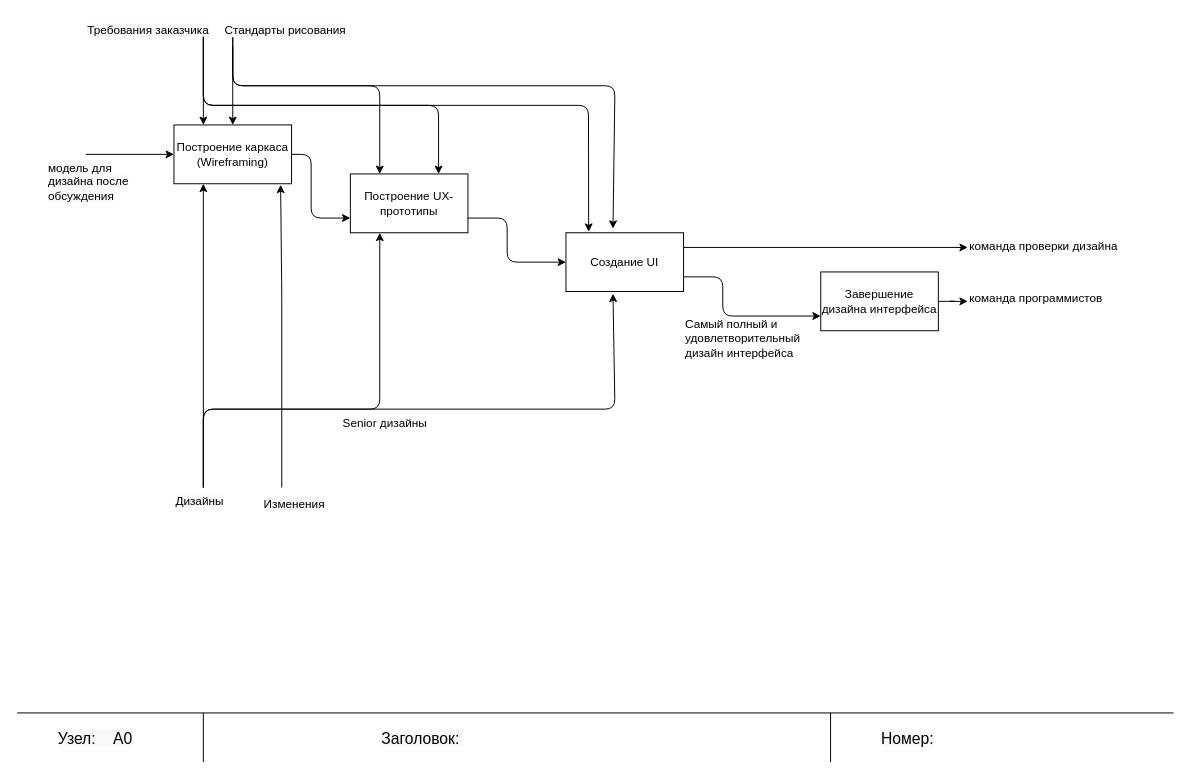
The draw.io diagram page "A2" (4 of 8) of Biểu đồ không có tiêu đề.drawio in quyettranvu/Lab1_IDEF, before the edit. Source tidied: cells renumbered, new cells numbered last; positions are measured from the earlier drawing's top-left corner, leaving out a move shared by most shapes. Both pictures are drawn from the tidied source at 98%, with x=0, y=0 at pixel (17, 17).
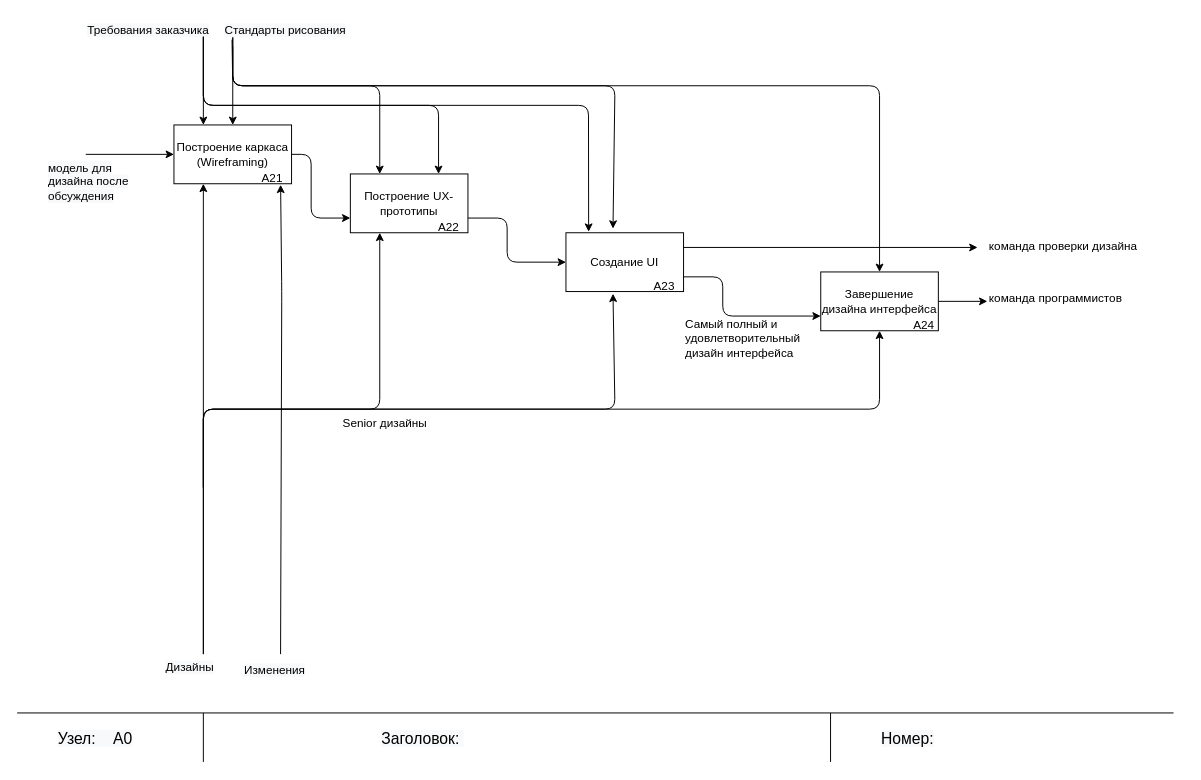
The same page after the edit.

The change refers to these unchanged cells:
```xml
<mxCell id="2" value="Построение каркаса&lt;br&gt;(Wireframing)" style="rounded=0;whiteSpace=wrap;html=1;" parent="1" vertex="1">
  <mxGeometry x="160" y="110" width="120" height="60" as="geometry" />
</mxCell>
<mxCell id="4" value="Создание UI" style="rounded=0;whiteSpace=wrap;html=1;" parent="1" vertex="1">
  <mxGeometry x="560" y="220" width="120" height="60" as="geometry" />
</mxCell>
<mxCell id="6" value="Завершение дизайна интерфейса" style="rounded=0;whiteSpace=wrap;html=1;" parent="1" vertex="1">
  <mxGeometry x="820" y="260" width="120" height="60" as="geometry" />
</mxCell>
<mxCell id="25" value="&lt;span style=&quot;color: rgb(0, 0, 0); font-family: Helvetica; font-size: 12px; font-style: normal; font-variant-ligatures: normal; font-variant-caps: normal; font-weight: 400; letter-spacing: normal; orphans: 2; text-align: center; text-indent: 0px; text-transform: none; widows: 2; word-spacing: 0px; -webkit-text-stroke-width: 0px; background-color: rgb(248, 249, 250); text-decoration-thickness: initial; text-decoration-style: initial; text-decoration-color: initial; float: none; display: inline !important;&quot;&gt;Требования заказчика&lt;/span&gt;" style="text;whiteSpace=wrap;html=1;fontSize=12;" parent="1" vertex="1">
  <mxGeometry x="70" width="160" height="20" as="geometry" />
</mxCell>
```

The edit, as a diff of the source:
```diff
@@
-    <mxCell id="13" style="endArrow=classic;html=1;rounded=1;entryX=0.4;entryY=1.037;entryDx=0;entryDy=0;entryPerimeter=0;" parent="1" edge="1" target="4">
+    <mxCell id="13" style="endArrow=classic;html=1;rounded=1;entryX=0.4;entryY=1.037;entryDx=0;entryDy=0;entryPerimeter=0;exitX=0.5;exitY=0;exitDx=0;exitDy=0;" parent="1" edge="1" source="14" target="4">
       <mxGeometry relative="1" as="geometry">
-        <mxPoint x="190" y="480" as="sourcePoint" />
         <Array as="points">
           <mxPoint x="190" y="400" />
           <mxPoint x="610" y="400" />
         </Array>
       </mxGeometry>
     </mxCell>
     <mxCell id="14" value="&lt;span style=&quot;color: rgb(0, 0, 0); font-family: Helvetica; font-size: 12px; font-style: normal; font-variant-ligatures: normal; font-variant-caps: normal; font-weight: 400; letter-spacing: normal; orphans: 2; text-align: center; text-indent: 0px; text-transform: none; widows: 2; word-spacing: 0px; -webkit-text-stroke-width: 0px; background-color: rgb(248, 249, 250); text-decoration-thickness: initial; text-decoration-style: initial; text-decoration-color: initial; float: none; display: inline !important;&quot;&gt;Дизайны&lt;/span&gt;" style="text;whiteSpace=wrap;html=1;" parent="1" vertex="1">
-      <mxGeometry x="160" y="480" width="80" height="40" as="geometry" />
+      <mxGeometry x="150" y="650" width="80" height="40" as="geometry" />
     </mxCell>
@@
-    <mxCell id="16" style="endArrow=classic;html=1;rounded=1;fontSize=15;entryX=0.907;entryY=1.017;entryDx=0;entryDy=0;entryPerimeter=0;" parent="1" edge="1" target="2">
+    <mxCell id="16" style="endArrow=classic;html=1;rounded=1;fontSize=15;entryX=0.907;entryY=1.017;entryDx=0;entryDy=0;entryPerimeter=0;exitX=0.388;exitY=0;exitDx=0;exitDy=0;exitPerimeter=0;" parent="1" edge="1" source="17" target="2">
       <mxGeometry relative="1" as="geometry">
-        <mxPoint x="270" y="480" as="sourcePoint" />
         <Array as="points">
           <mxPoint x="270" y="280" />
         </Array>
       </mxGeometry>
     </mxCell>
     <mxCell id="17" value="&lt;span style=&quot;color: rgb(0, 0, 0); font-family: Helvetica; font-size: 12px; font-style: normal; font-variant-ligatures: normal; font-variant-caps: normal; font-weight: 400; letter-spacing: normal; orphans: 2; text-align: center; text-indent: 0px; text-transform: none; widows: 2; word-spacing: 0px; -webkit-text-stroke-width: 0px; background-color: rgb(248, 249, 250); text-decoration-thickness: initial; text-decoration-style: initial; text-decoration-color: initial; float: none; display: inline !important;&quot;&gt;Изменения&lt;/span&gt;" style="text;whiteSpace=wrap;html=1;fontSize=15;" parent="1" vertex="1">
-      <mxGeometry x="250" y="480" width="100" height="40" as="geometry" />
+      <mxGeometry x="230" y="650" width="100" height="40" as="geometry" />
     </mxCell>
     <mxCell id="18" style="endArrow=classic;html=1;rounded=1;fontSize=15;exitX=1;exitY=0.25;exitDx=0;exitDy=0;" parent="1" edge="1" source="4">
       <mxGeometry relative="1" as="geometry">
-        <mxPoint x="970" y="235" as="targetPoint" />
+        <mxPoint x="980" y="235" as="targetPoint" />
       </mxGeometry>
     </mxCell>
     <mxCell id="19" value="&lt;font style=&quot;font-size: 12px;&quot;&gt;команда программистов&lt;/font&gt;" style="text;whiteSpace=wrap;html=1;fontSize=15;" parent="1" vertex="1">
-      <mxGeometry x="970" y="270" width="200" height="40" as="geometry" />
+      <mxGeometry x="990" y="270" width="200" height="40" as="geometry" />
     </mxCell>
     <mxCell id="20" value="команда проверки дизайна" style="text;whiteSpace=wrap;html=1;fontSize=12;" parent="1" vertex="1">
-      <mxGeometry x="970" y="220" width="170" height="40" as="geometry" />
+      <mxGeometry x="990" y="220" width="170" height="40" as="geometry" />
     </mxCell>
@@
+    <mxCell id="37" value="A21" style="text;html=1;align=center;verticalAlign=middle;fillColor=none;strokeColor=none;rounded=0;" parent="1" vertex="1">
+      <mxGeometry x="240" y="150" width="40" height="30" as="geometry" />
+    </mxCell>
+    <mxCell id="38" value="A22" style="text;html=1;align=center;verticalAlign=middle;fillColor=none;strokeColor=none;rounded=0;" parent="1" vertex="1">
+      <mxGeometry x="420" y="200" width="40" height="30" as="geometry" />
+    </mxCell>
+    <mxCell id="39" value="A23" style="text;html=1;align=center;verticalAlign=middle;fillColor=none;strokeColor=none;rounded=0;" parent="1" vertex="1">
+      <mxGeometry x="640" y="260" width="40" height="30" as="geometry" />
+    </mxCell>
+    <mxCell id="40" value="A24" style="text;html=1;align=center;verticalAlign=middle;fillColor=none;strokeColor=none;rounded=0;" parent="1" vertex="1">
+      <mxGeometry x="905" y="300" width="40" height="30" as="geometry" />
+    </mxCell>
+    <mxCell id="41" style="endArrow=classic;html=1;rounded=1;exitX=0.933;exitY=1.15;exitDx=0;exitDy=0;exitPerimeter=0;entryX=0.5;entryY=0;entryDx=0;entryDy=0;" parent="1" edge="1" source="25" target="6">
+      <mxGeometry relative="1" as="geometry">
+        <Array as="points">
+          <mxPoint x="220" y="70" />
+          <mxPoint x="880" y="70" />
+        </Array>
+      </mxGeometry>
+    </mxCell>
+    <mxCell id="42" style="endArrow=classic;html=1;rounded=1;entryX=0.5;entryY=1;entryDx=0;entryDy=0;" parent="1" edge="1" target="6">
+      <mxGeometry relative="1" as="geometry">
+        <mxPoint x="190" y="650" as="sourcePoint" />
+        <Array as="points">
+          <mxPoint x="190" y="400" />
+          <mxPoint x="880" y="400" />
+        </Array>
+      </mxGeometry>
+    </mxCell>
```
